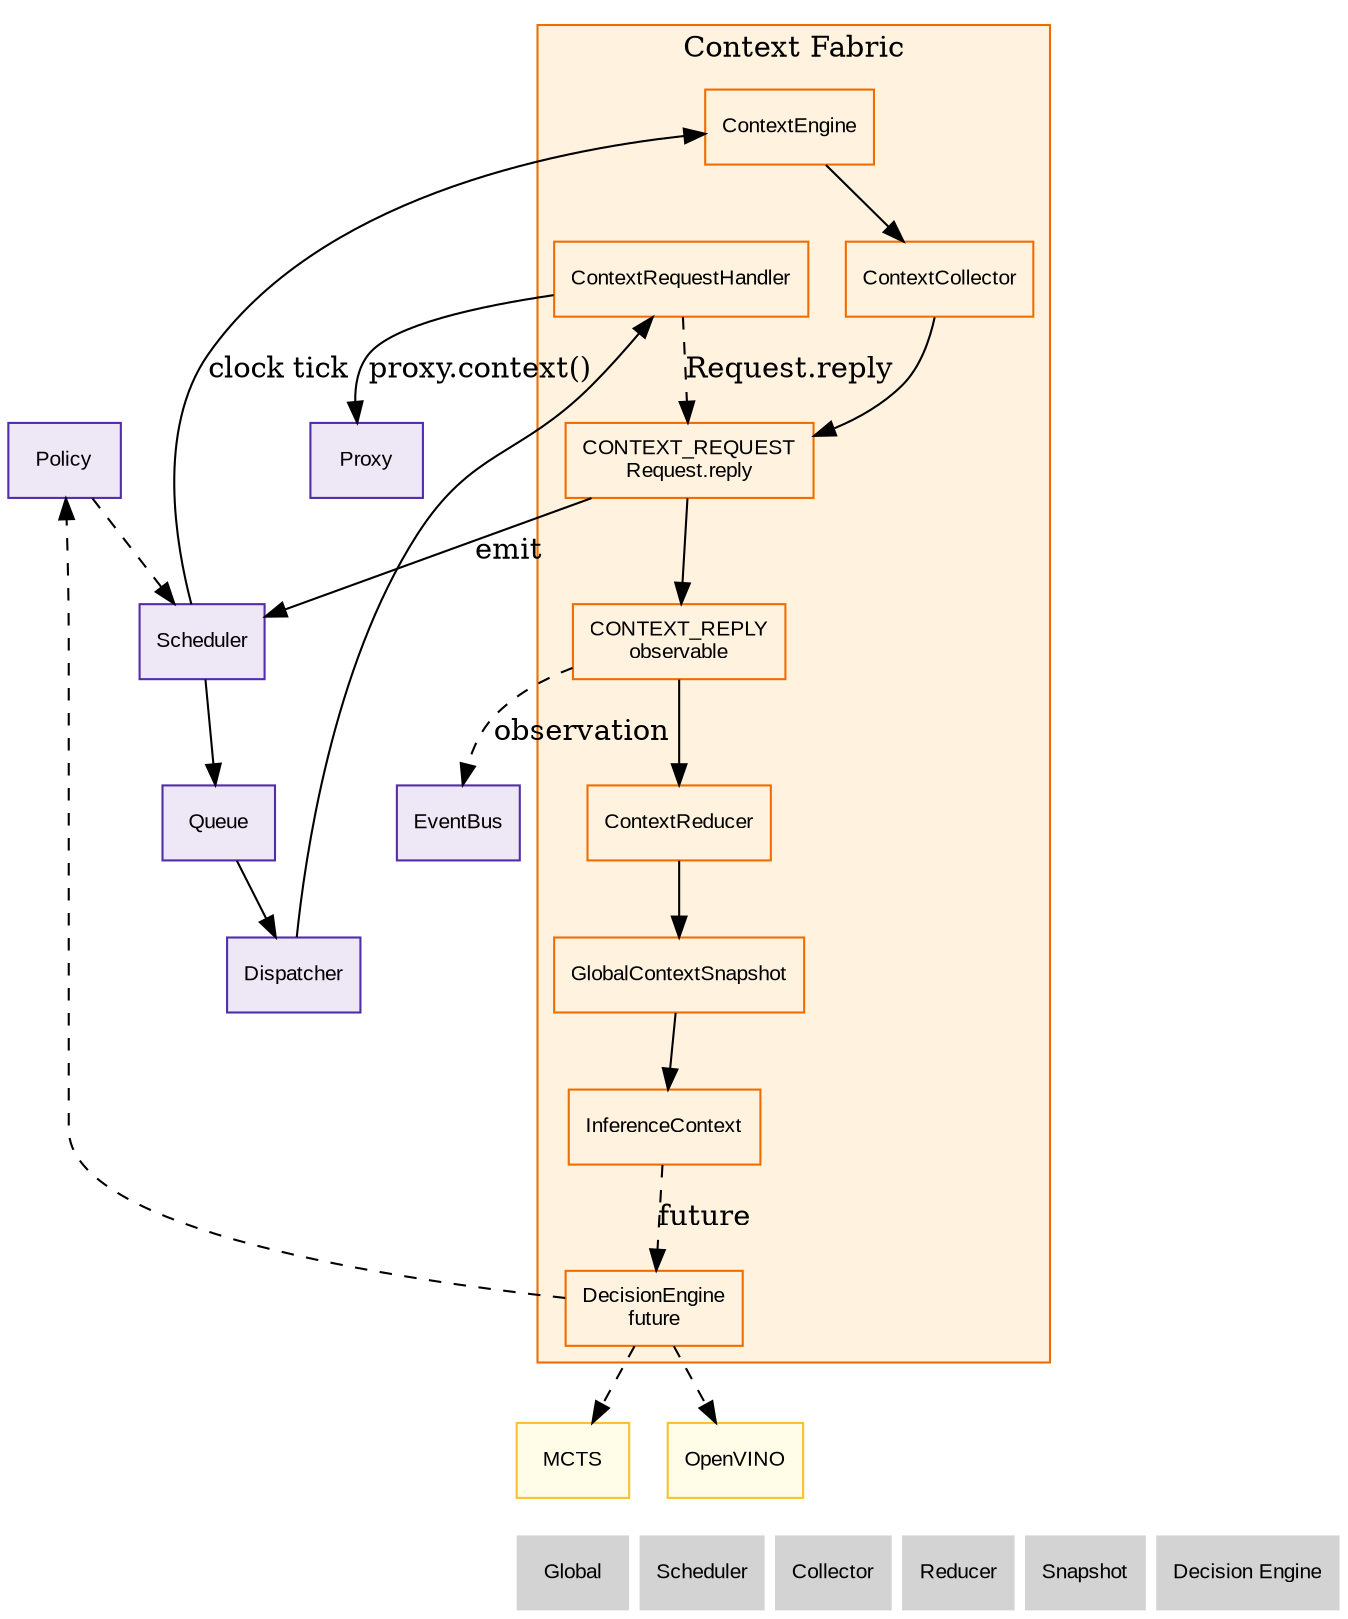
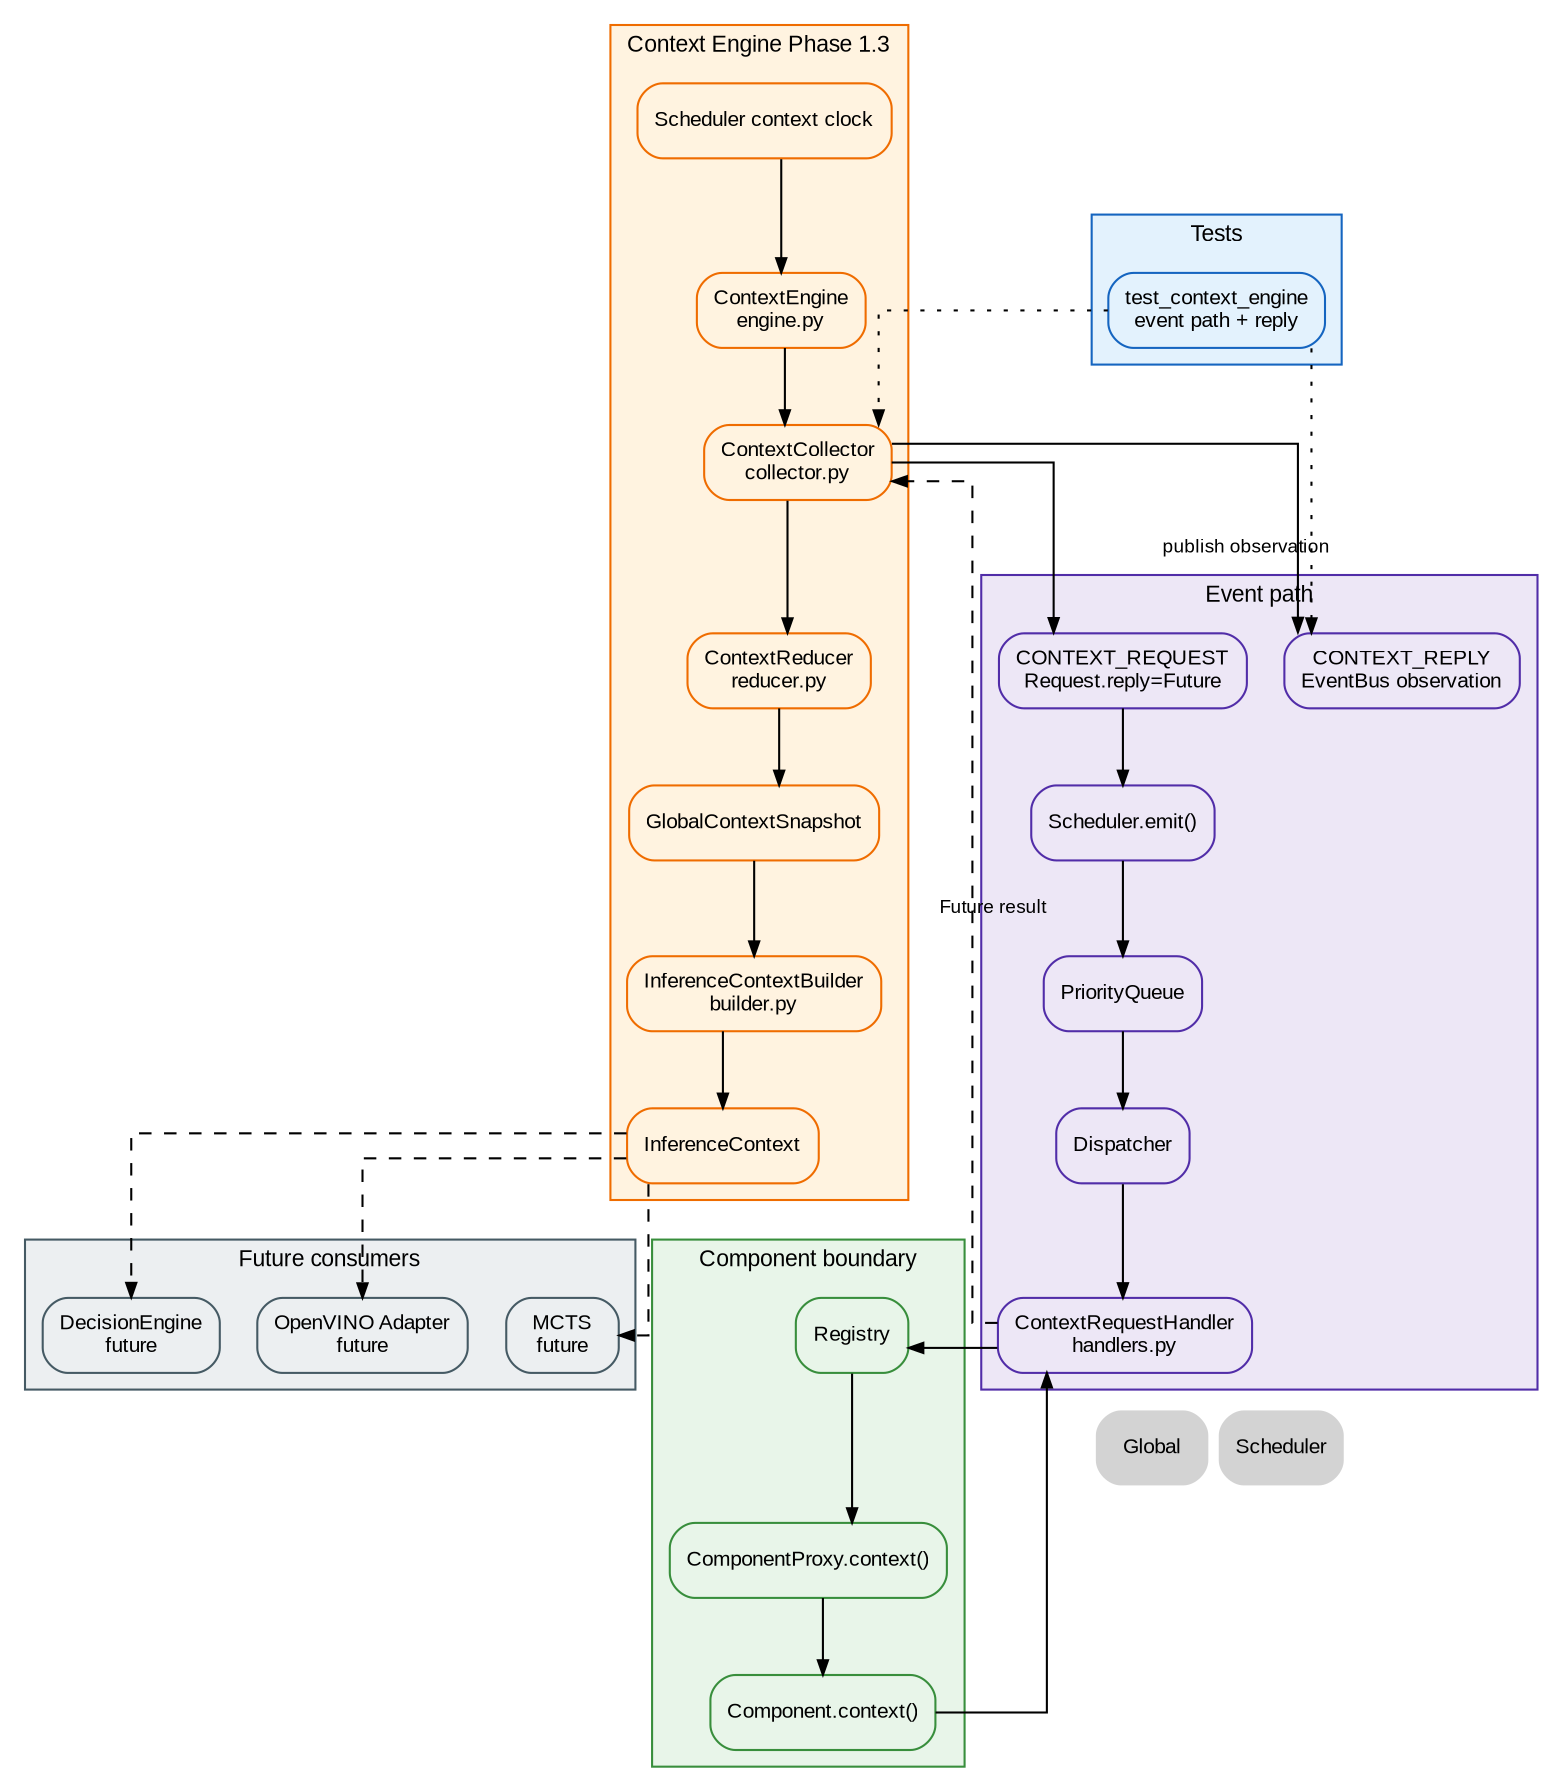
digraph Context {
+     // ROADMAP_NOTE[phase1_3]: Context is now a dedicated pipeline.
+     // The fast path Registry -> proxy.context() is removed from the roadmap as the main path.
+     // Collector emits CONTEXT_REQUEST through Scheduler.emit(), Handler touches ComponentProxy,
+     // Reducer builds GlobalContextSnapshot, Builder builds InferenceContext.
+ 
    rankdir=TB;
-     node [shape=box, style=filled, fontname="Arial", fontsize=10];
+     splines=ortho;
+     compound=true;

-     // ROADMAP_NOTE[phase1_2bis]:
-     // Le fast path Registry -> proxy.context() a été remplacé par une collecte
-     // événementielle. Le ContextRequestHandler touche toujours le ComponentProxy,
-     // jamais le composant réel directement.
+     graph [fontname="Arial", fontsize=11];
+     node [shape=box, style="rounded,filled", fontname="Arial", fontsize=10];
+     edge [fontname="Arial", fontsize=9, arrowsize=0.7];

-     subgraph cluster_context {
-         label="Context Fabric";
+     subgraph cluster_engine {
+         label="Context Engine Phase 1.3";
        color="#ef6c00";
        bgcolor="#fff3e0";
        node [fillcolor="#fff3e0", color="#ef6c00"];

-         Engine [label="ContextEngine"];
-         Collector [label="ContextCollector", URL="collector/21_collector.svg"];
-         Request [label="CONTEXT_REQUEST\nRequest.reply"];
-         Handler [label="ContextRequestHandler"];
-         Reply [label="CONTEXT_REPLY\nobservable"];
-         Reducer [label="ContextReducer", URL="reducer/22_reducer.svg"];
-         Snapshot [label="GlobalContextSnapshot", URL="snapshot/23_snapshot.svg"];
-         Inference [label="InferenceContext", URL="snapshot/23_snapshot.svg"];
-         Decision [label="DecisionEngine\nfuture", URL="decision_engine/24_decision_engine.svg"];
+         Clock [label="Scheduler context clock"];
+         Engine [label="ContextEngine\nengine.py"];
+         Collector [label="ContextCollector\ncollector.py"];
+         Reducer [label="ContextReducer\nreducer.py"];
+         Builder [label="InferenceContextBuilder\nbuilder.py"];
+         Snapshot [label="GlobalContextSnapshot"];
+         Inference [label="InferenceContext"];
    }

-     Scheduler [fillcolor="#ede7f6", color="#512da8", URL="../scheduler/10_scheduler.svg"];
-     Queue [fillcolor="#ede7f6", color="#512da8", URL="../scheduler/10_scheduler.svg"];
-     Dispatcher [fillcolor="#ede7f6", color="#512da8", URL="../scheduler/10_scheduler.svg"];
-     Proxy [fillcolor="#ede7f6", color="#512da8", URL="../scheduler/component_proxy/14_component_proxy.svg"];
-     EventBus [fillcolor="#ede7f6", color="#512da8", URL="../scheduler/event_bus/12_event_bus.svg"];
-     Policy [fillcolor="#ede7f6", color="#512da8", URL="../scheduler/10_scheduler.svg"];
-     MCTS [fillcolor="#fffde7", color="#fbc02d", URL="../learning/60_learning.svg"];
-     OpenVINO [fillcolor="#fffde7", color="#fbc02d", URL="../services/30_services.svg"];
+     subgraph cluster_event_path {
+         label="Event path";
+         color="#512da8";
+         bgcolor="#ede7f6";
+         node [fillcolor="#ede7f6", color="#512da8"];

-     Scheduler -> Engine [label="clock tick"];
+         Scheduler [label="Scheduler.emit()"];
+         Queue [label="PriorityQueue"];
+         Dispatcher [label="Dispatcher"];
+         Handler [label="ContextRequestHandler\nhandlers.py"];
+         Request [label="CONTEXT_REQUEST\nRequest.reply=Future"];
+         Reply [label="CONTEXT_REPLY\nEventBus observation"];
+     }
+ 
+     subgraph cluster_component {
+         label="Component boundary";
+         color="#388e3c";
+         bgcolor="#e8f5e9";
+         node [fillcolor="#e8f5e9", color="#388e3c"];
+ 
+         Registry [label="Registry"];
+         Proxy [label="ComponentProxy.context()"];
+         Component [label="Component.context()"];
+     }
+ 
+     subgraph cluster_future {
+         label="Future consumers";
+         color="#455a64";
+         bgcolor="#eceff1";
+         node [fillcolor="#eceff1", color="#455a64"];
+ 
+         Decision [label="DecisionEngine\nfuture"];
+         OpenVINO [label="OpenVINO Adapter\nfuture"];
+         MCTS [label="MCTS\nfuture"];
+     }
+ 
+     subgraph cluster_tests {
+         label="Tests";
+         color="#1565c0";
+         bgcolor="#e3f2fd";
+         node [fillcolor="#e3f2fd", color="#1565c0"];
+ 
+         TestContext [label="test_context_engine\nevent path + reply"];
+     }
+ 
+     Clock -> Engine;
    Engine -> Collector;
    Collector -> Request;
-     Request -> Scheduler [label="emit"];
+     Request -> Scheduler;
    Scheduler -> Queue;
    Queue -> Dispatcher;
    Dispatcher -> Handler;
-     Handler -> Proxy [label="proxy.context()"];
-     Handler -> Request [label="Request.reply", style=dashed];
-     Request -> Reply;
-     Reply -> EventBus [style=dashed, label="observation"];
-     Reply -> Reducer;
+     Handler -> Registry;
+     Registry -> Proxy;
+     Proxy -> Component;
+     Component -> Handler;
+     Handler -> Collector [label="Future result", style=dashed];
+     Collector -> Reply [label="publish observation"];
+     Collector -> Reducer;
    Reducer -> Snapshot;
-     Snapshot -> Inference;
-     Inference -> Decision [style=dashed, label="future"];
-     Decision -> Policy [style=dashed];
-     Policy -> Scheduler [style=dashed];
-     Decision -> MCTS [style=dashed];
-     Decision -> OpenVINO [style=dashed];
+     Snapshot -> Builder;
+     Builder -> Inference;
+ 
+     Inference -> Decision [style=dashed];
+     Inference -> OpenVINO [style=dashed];
+     Inference -> MCTS [style=dashed];
+ 
+     TestContext -> Collector [style=dotted];
+     TestContext -> Reply [style=dotted];

    Nav_Global [label="Global", shape=plaintext, URL="../00_global.svg"];
    Nav_Scheduler [label="Scheduler", shape=plaintext, URL="../scheduler/10_scheduler.svg"];
-     Nav_Collector [label="Collector", shape=plaintext, URL="collector/21_collector.svg"];
-     Nav_Reducer [label="Reducer", shape=plaintext, URL="reducer/22_reducer.svg"];
-     Nav_Snapshot [label="Snapshot", shape=plaintext, URL="snapshot/23_snapshot.svg"];
-     Nav_Decision [label="Decision Engine", shape=plaintext, URL="decision_engine/24_decision_engine.svg"];

-     { rank=sink; Nav_Global; Nav_Scheduler; Nav_Collector; Nav_Reducer; Nav_Snapshot; Nav_Decision; }
+     { rank=sink; Nav_Global; Nav_Scheduler; }
}
